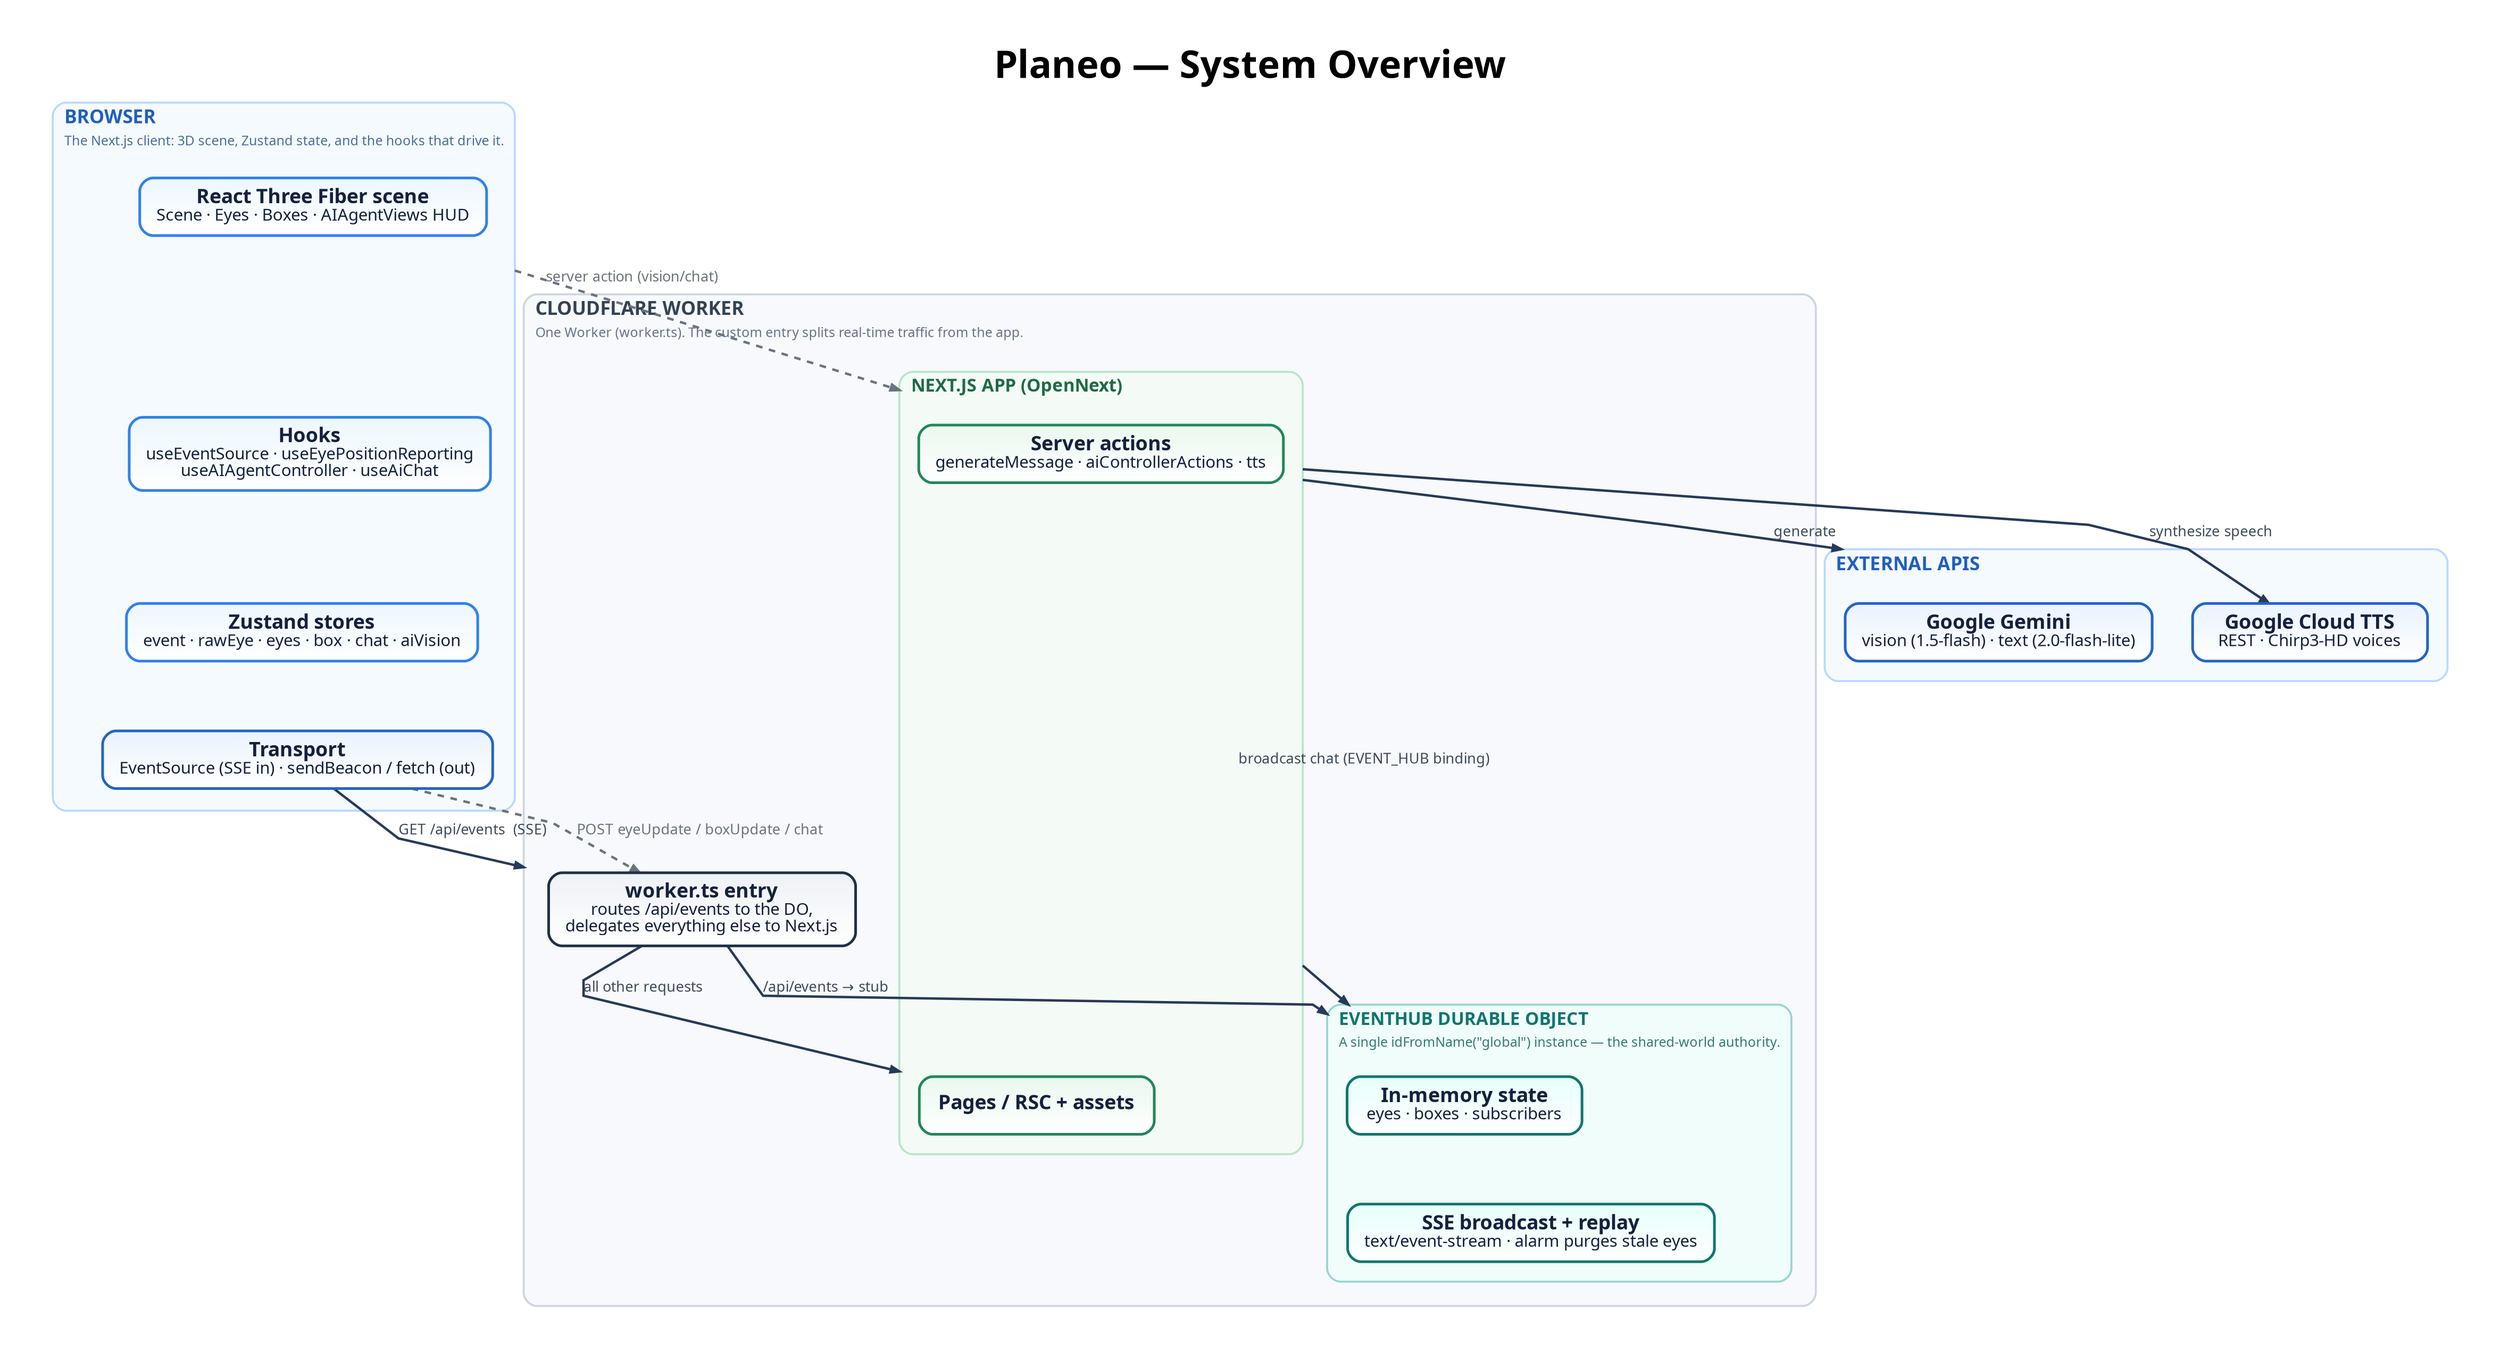
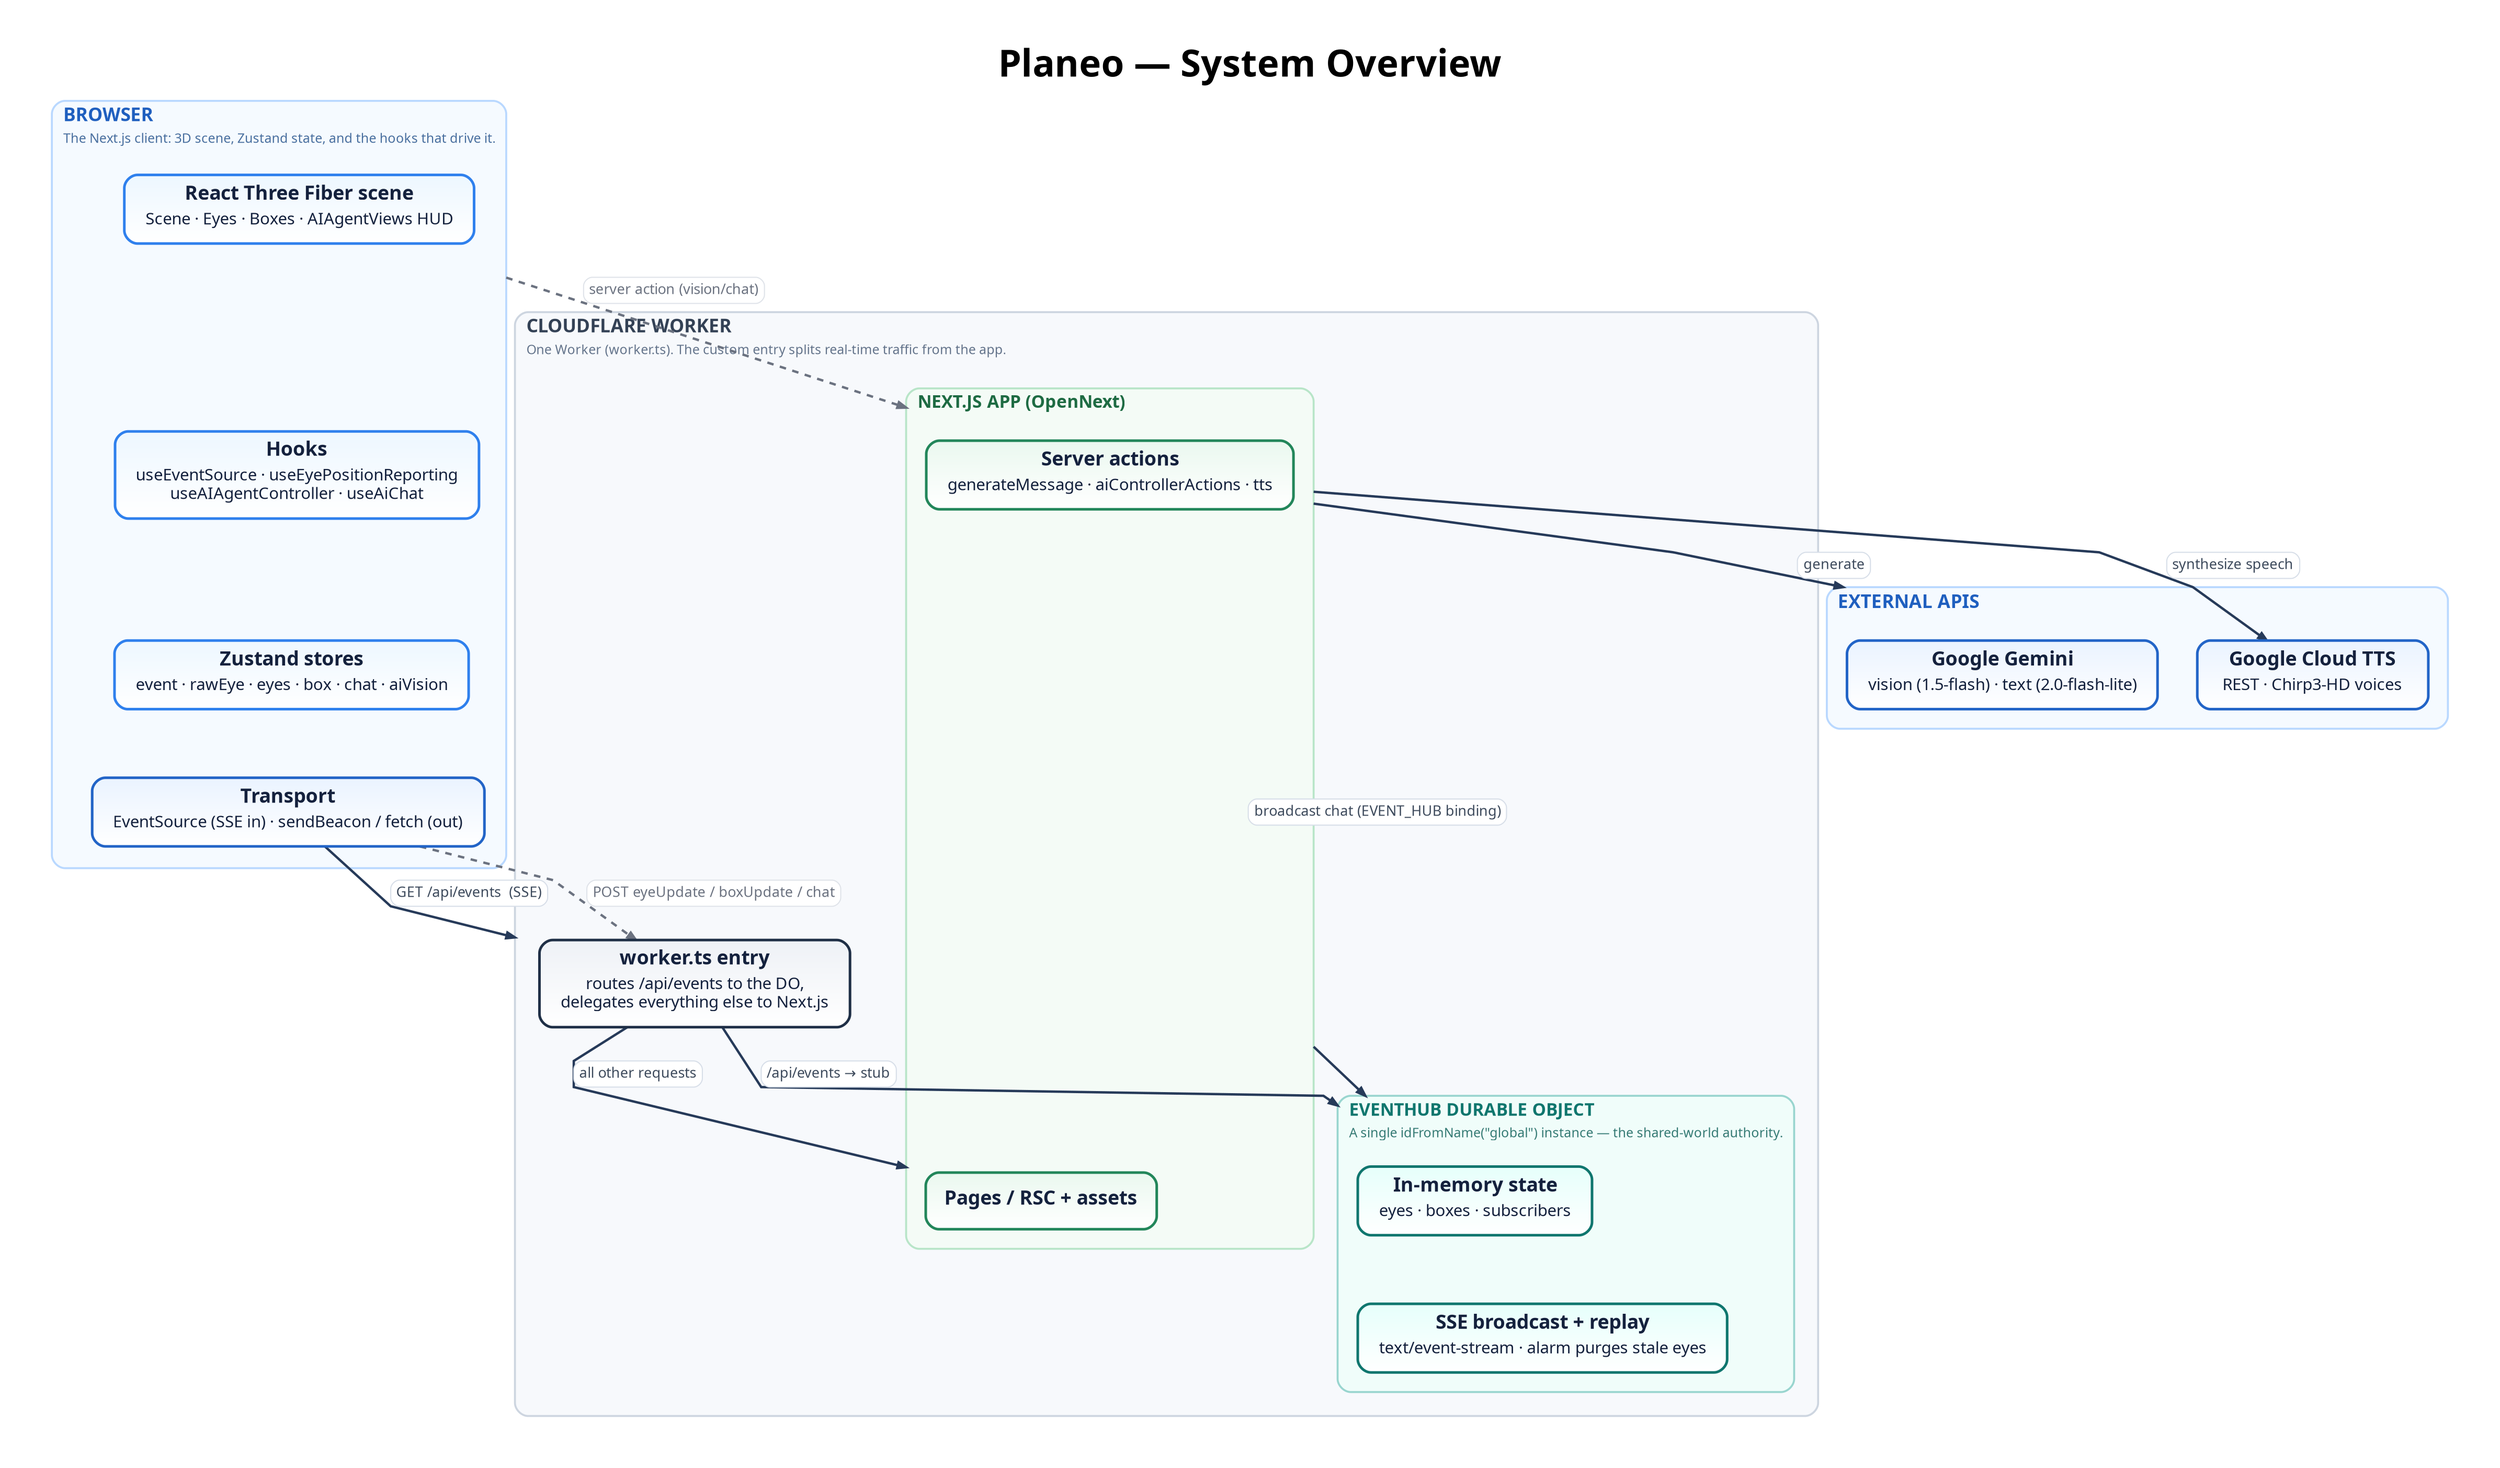
digraph PlaneoSystemOverview {
  graph [
    rankdir=TB,
    bgcolor="#ffffff",
    pad="0.55",
    nodesep="0.50",
    ranksep="0.85",
    splines=polyline,
    outputorder=edgesfirst,
    compound=true,
    newrank=true,
    forcelabels=true,
    fontname="Avenir",
    label=<
      <TABLE BORDER="0" CELLBORDER="0" CELLSPACING="0" CELLPADDING="0">
        <TR><TD><FONT POINT-SIZE="34"><B>Planeo — System Overview</B></FONT></TD></TR>
      </TABLE>
    >,
    labelloc=t,
    labeljust=c
  ];

  node [
    shape=box,
    style="rounded,filled",
    margin="0.21,0.13",
    width=2.95,
    height=0.72,
    fixedsize=false,
    fontname="Avenir",
    fontsize=18,
    penwidth=2.4,
    fontcolor="#14213d",
    color="#2264c7",
    fillcolor="#eaf3ff:#ffffff",
    gradientangle=270
  ];

  edge [
    color="#263a59",
    fontname="Avenir",
    fontsize=13,
    fontcolor="#3d4a5c",
    penwidth=2.2,
    arrowsize=0.78
  ];

  subgraph cluster_browser {
    graph [
      label=<
        <TABLE BORDER="0" CELLBORDER="0" CELLSPACING="0" CELLPADDING="2">
          <TR><TD ALIGN="LEFT"><FONT POINT-SIZE="17" COLOR="#1f5fbf"><B>BROWSER</B></FONT></TD></TR>
          <TR><TD ALIGN="LEFT"><FONT POINT-SIZE="12" COLOR="#496f9f">The Next.js client: 3D scene, Zustand state, and the hooks that drive it.</FONT></TD></TR>
        </TABLE>
      >,
      labelloc=t, labeljust=l,
      color="#b9d8ff", fillcolor="#f5faff", style="rounded,filled", penwidth=1.8, margin=20
    ];
-     scene [label=<<B>React Three Fiber scene</B><BR/><FONT POINT-SIZE="15">Scene · Eyes · Boxes · AIAgentViews HUD</FONT>>, color="#2f80ed", fillcolor="#edf7ff:#ffffff"];
-     hooks [label=<<B>Hooks</B><BR/><FONT POINT-SIZE="15">useEventSource · useEyePositionReporting<BR/>useAIAgentController · useAiChat</FONT>>, color="#2f80ed", fillcolor="#edf7ff:#ffffff"];
-     stores [label=<<B>Zustand stores</B><BR/><FONT POINT-SIZE="15">event · rawEye · eyes · box · chat · aiVision</FONT>>, color="#2f80ed", fillcolor="#edf7ff:#ffffff"];
-     transport [label=<<B>Transport</B><BR/><FONT POINT-SIZE="15">EventSource (SSE in) · sendBeacon / fetch (out)</FONT>>];
+     scene [label=<<TABLE BORDER="0" CELLBORDER="0" CELLSPACING="0" CELLPADDING="0"><TR><TD><B>React Three Fiber scene</B></TD></TR><TR><TD CELLPADDING="4"><FONT POINT-SIZE="15">Scene · Eyes · Boxes · AIAgentViews HUD</FONT></TD></TR></TABLE>>, color="#2f80ed", fillcolor="#edf7ff:#ffffff"];
+     hooks [label=<<TABLE BORDER="0" CELLBORDER="0" CELLSPACING="0" CELLPADDING="0"><TR><TD><B>Hooks</B></TD></TR><TR><TD CELLPADDING="4"><FONT POINT-SIZE="15">useEventSource · useEyePositionReporting<BR/>useAIAgentController · useAiChat</FONT></TD></TR></TABLE>>, color="#2f80ed", fillcolor="#edf7ff:#ffffff"];
+     stores [label=<<TABLE BORDER="0" CELLBORDER="0" CELLSPACING="0" CELLPADDING="0"><TR><TD><B>Zustand stores</B></TD></TR><TR><TD CELLPADDING="4"><FONT POINT-SIZE="15">event · rawEye · eyes · box · chat · aiVision</FONT></TD></TR></TABLE>>, color="#2f80ed", fillcolor="#edf7ff:#ffffff"];
+     transport [label=<<TABLE BORDER="0" CELLBORDER="0" CELLSPACING="0" CELLPADDING="0"><TR><TD><B>Transport</B></TD></TR><TR><TD CELLPADDING="4"><FONT POINT-SIZE="15">EventSource (SSE in) · sendBeacon / fetch (out)</FONT></TD></TR></TABLE>>];
    scene -> hooks [style=invis];
    hooks -> stores [style=invis];
    stores -> transport [style=invis];
  }

  subgraph cluster_worker {
    graph [
      label=<
        <TABLE BORDER="0" CELLBORDER="0" CELLSPACING="0" CELLPADDING="2">
          <TR><TD ALIGN="LEFT"><FONT POINT-SIZE="17" COLOR="#334155"><B>CLOUDFLARE WORKER</B></FONT></TD></TR>
          <TR><TD ALIGN="LEFT"><FONT POINT-SIZE="12" COLOR="#64748b">One Worker (worker.ts). The custom entry splits real-time traffic from the app.</FONT></TD></TR>
        </TABLE>
      >,
      labelloc=t, labeljust=l,
      color="#cdd5e0", fillcolor="#f7f9fc", style="rounded,filled", penwidth=1.8, margin=22
    ];

-     entry [label=<<B>worker.ts entry</B><BR/><FONT POINT-SIZE="15">routes /api/events to the DO,<BR/>delegates everything else to Next.js</FONT>>, color="#1f2f46", fillcolor="#eef1f6:#ffffff"];
+     entry [label=<<TABLE BORDER="0" CELLBORDER="0" CELLSPACING="0" CELLPADDING="0"><TR><TD><B>worker.ts entry</B></TD></TR><TR><TD CELLPADDING="4"><FONT POINT-SIZE="15">routes /api/events to the DO,<BR/>delegates everything else to Next.js</FONT></TD></TR></TABLE>>, color="#1f2f46", fillcolor="#eef1f6:#ffffff"];

    subgraph cluster_next {
      graph [
        label=<
          <TABLE BORDER="0" CELLBORDER="0" CELLSPACING="0" CELLPADDING="2">
            <TR><TD ALIGN="LEFT"><FONT POINT-SIZE="16" COLOR="#1e6b43"><B>NEXT.JS APP (OpenNext)</B></FONT></TD></TR>
          </TABLE>
        >,
        labelloc=t, labeljust=l,
        color="#b8e5c8", fillcolor="#f4fbf6", style="rounded,filled", penwidth=1.8, margin=18
      ];
      pages [label=<<B>Pages / RSC + assets</B>>, color="#22865a", fillcolor="#eaf8ef:#ffffff"];
-       actions [label=<<B>Server actions</B><BR/><FONT POINT-SIZE="15">generateMessage · aiControllerActions · tts</FONT>>, color="#22865a", fillcolor="#eaf8ef:#ffffff"];
+       actions [label=<<TABLE BORDER="0" CELLBORDER="0" CELLSPACING="0" CELLPADDING="0"><TR><TD><B>Server actions</B></TD></TR><TR><TD CELLPADDING="4"><FONT POINT-SIZE="15">generateMessage · aiControllerActions · tts</FONT></TD></TR></TABLE>>, color="#22865a", fillcolor="#eaf8ef:#ffffff"];
    }

    subgraph cluster_do {
      graph [
        label=<
          <TABLE BORDER="0" CELLBORDER="0" CELLSPACING="0" CELLPADDING="2">
            <TR><TD ALIGN="LEFT"><FONT POINT-SIZE="16" COLOR="#0f766e"><B>EVENTHUB DURABLE OBJECT</B></FONT></TD></TR>
            <TR><TD ALIGN="LEFT"><FONT POINT-SIZE="12" COLOR="#357a74">A single idFromName("global") instance — the shared-world authority.</FONT></TD></TR>
          </TABLE>
        >,
        labelloc=t, labeljust=l,
        color="#99d5cf", fillcolor="#f0fdfa", style="rounded,filled", penwidth=1.8, margin=18
      ];
-       do_state [label=<<B>In-memory state</B><BR/><FONT POINT-SIZE="15">eyes · boxes · subscribers</FONT>>, color="#0f766e", fillcolor="#e6fffb:#ffffff"];
-       do_sse [label=<<B>SSE broadcast + replay</B><BR/><FONT POINT-SIZE="15">text/event-stream · alarm purges stale eyes</FONT>>, color="#0f766e", fillcolor="#e6fffb:#ffffff"];
+       do_state [label=<<TABLE BORDER="0" CELLBORDER="0" CELLSPACING="0" CELLPADDING="0"><TR><TD><B>In-memory state</B></TD></TR><TR><TD CELLPADDING="4"><FONT POINT-SIZE="15">eyes · boxes · subscribers</FONT></TD></TR></TABLE>>, color="#0f766e", fillcolor="#e6fffb:#ffffff"];
+       do_sse [label=<<TABLE BORDER="0" CELLBORDER="0" CELLSPACING="0" CELLPADDING="0"><TR><TD><B>SSE broadcast + replay</B></TD></TR><TR><TD CELLPADDING="4"><FONT POINT-SIZE="15">text/event-stream · alarm purges stale eyes</FONT></TD></TR></TABLE>>, color="#0f766e", fillcolor="#e6fffb:#ffffff"];
      do_state -> do_sse [style=invis];
    }
  }

  subgraph cluster_external {
    graph [
      label=<
        <TABLE BORDER="0" CELLBORDER="0" CELLSPACING="0" CELLPADDING="2">
          <TR><TD ALIGN="LEFT"><FONT POINT-SIZE="17" COLOR="#1f5fbf"><B>EXTERNAL APIS</B></FONT></TD></TR>
        </TABLE>
      >,
      labelloc=t, labeljust=l,
      color="#b9d8ff", fillcolor="#f5faff", style="rounded,filled", penwidth=1.8, margin=18
    ];
-     gemini [label=<<B>Google Gemini</B><BR/><FONT POINT-SIZE="15">vision (1.5-flash) · text (2.0-flash-lite)</FONT>>];
-     gtts [label=<<B>Google Cloud TTS</B><BR/><FONT POINT-SIZE="15">REST · Chirp3-HD voices</FONT>>];
+     gemini [label=<<TABLE BORDER="0" CELLBORDER="0" CELLSPACING="0" CELLPADDING="0"><TR><TD><B>Google Gemini</B></TD></TR><TR><TD CELLPADDING="4"><FONT POINT-SIZE="15">vision (1.5-flash) · text (2.0-flash-lite)</FONT></TD></TR></TABLE>>];
+     gtts [label=<<TABLE BORDER="0" CELLBORDER="0" CELLSPACING="0" CELLPADDING="0"><TR><TD><B>Google Cloud TTS</B></TD></TR><TR><TD CELLPADDING="4"><FONT POINT-SIZE="15">REST · Chirp3-HD voices</FONT></TD></TR></TABLE>>];
  }

-   transport -> entry [label="GET /api/events  (SSE)", lhead=cluster_worker];
-   transport -> entry [label="POST eyeUpdate / boxUpdate / chat", style=dashed, color="#6b7280", fontcolor="#6b7280"];
-   entry -> do_state [label="/api/events → stub", lhead=cluster_do];
-   entry -> pages [label="all other requests", lhead=cluster_next];
-   scene -> actions [label="server action (vision/chat)", ltail=cluster_browser, lhead=cluster_next, style=dashed, color="#6b7280", fontcolor="#6b7280"];
-   actions -> gemini [label="generate", ltail=cluster_next, lhead=cluster_external];
-   actions -> do_state [label="broadcast chat (EVENT_HUB binding)", ltail=cluster_next, lhead=cluster_do];
-   actions -> gtts [label="synthesize speech", ltail=cluster_next];
+   transport -> entry [label=<<TABLE BORDER="1" CELLBORDER="0" STYLE="ROUNDED" COLOR="#d7dee8" BGCOLOR="#ffffff" CELLSPACING="0" CELLPADDING="4"><TR><TD><FONT POINT-SIZE="13" COLOR="#3d4a5c">GET /api/events  (SSE)</FONT></TD></TR></TABLE>>, lhead=cluster_worker];
+   transport -> entry [label=<<TABLE BORDER="1" CELLBORDER="0" STYLE="ROUNDED" COLOR="#dfe3e9" BGCOLOR="#ffffff" CELLSPACING="0" CELLPADDING="4"><TR><TD><FONT POINT-SIZE="13" COLOR="#6b7280">POST eyeUpdate / boxUpdate / chat</FONT></TD></TR></TABLE>>, style=dashed, color="#6b7280", fontcolor="#6b7280"];
+   entry -> do_state [label=<<TABLE BORDER="1" CELLBORDER="0" STYLE="ROUNDED" COLOR="#d7dee8" BGCOLOR="#ffffff" CELLSPACING="0" CELLPADDING="4"><TR><TD><FONT POINT-SIZE="13" COLOR="#3d4a5c">/api/events → stub</FONT></TD></TR></TABLE>>, lhead=cluster_do];
+   entry -> pages [label=<<TABLE BORDER="1" CELLBORDER="0" STYLE="ROUNDED" COLOR="#d7dee8" BGCOLOR="#ffffff" CELLSPACING="0" CELLPADDING="4"><TR><TD><FONT POINT-SIZE="13" COLOR="#3d4a5c">all other requests</FONT></TD></TR></TABLE>>, lhead=cluster_next];
+   scene -> actions [label=<<TABLE BORDER="1" CELLBORDER="0" STYLE="ROUNDED" COLOR="#dfe3e9" BGCOLOR="#ffffff" CELLSPACING="0" CELLPADDING="4"><TR><TD><FONT POINT-SIZE="13" COLOR="#6b7280">server action (vision/chat)</FONT></TD></TR></TABLE>>, ltail=cluster_browser, lhead=cluster_next, style=dashed, color="#6b7280", fontcolor="#6b7280"];
+   actions -> gemini [label=<<TABLE BORDER="1" CELLBORDER="0" STYLE="ROUNDED" COLOR="#d7dee8" BGCOLOR="#ffffff" CELLSPACING="0" CELLPADDING="4"><TR><TD><FONT POINT-SIZE="13" COLOR="#3d4a5c">generate</FONT></TD></TR></TABLE>>, ltail=cluster_next, lhead=cluster_external];
+   actions -> do_state [label=<<TABLE BORDER="1" CELLBORDER="0" STYLE="ROUNDED" COLOR="#d7dee8" BGCOLOR="#ffffff" CELLSPACING="0" CELLPADDING="4"><TR><TD><FONT POINT-SIZE="13" COLOR="#3d4a5c">broadcast chat (EVENT_HUB binding)</FONT></TD></TR></TABLE>>, ltail=cluster_next, lhead=cluster_do];
+   actions -> gtts [label=<<TABLE BORDER="1" CELLBORDER="0" STYLE="ROUNDED" COLOR="#d7dee8" BGCOLOR="#ffffff" CELLSPACING="0" CELLPADDING="4"><TR><TD><FONT POINT-SIZE="13" COLOR="#3d4a5c">synthesize speech</FONT></TD></TR></TABLE>>, ltail=cluster_next];
}
